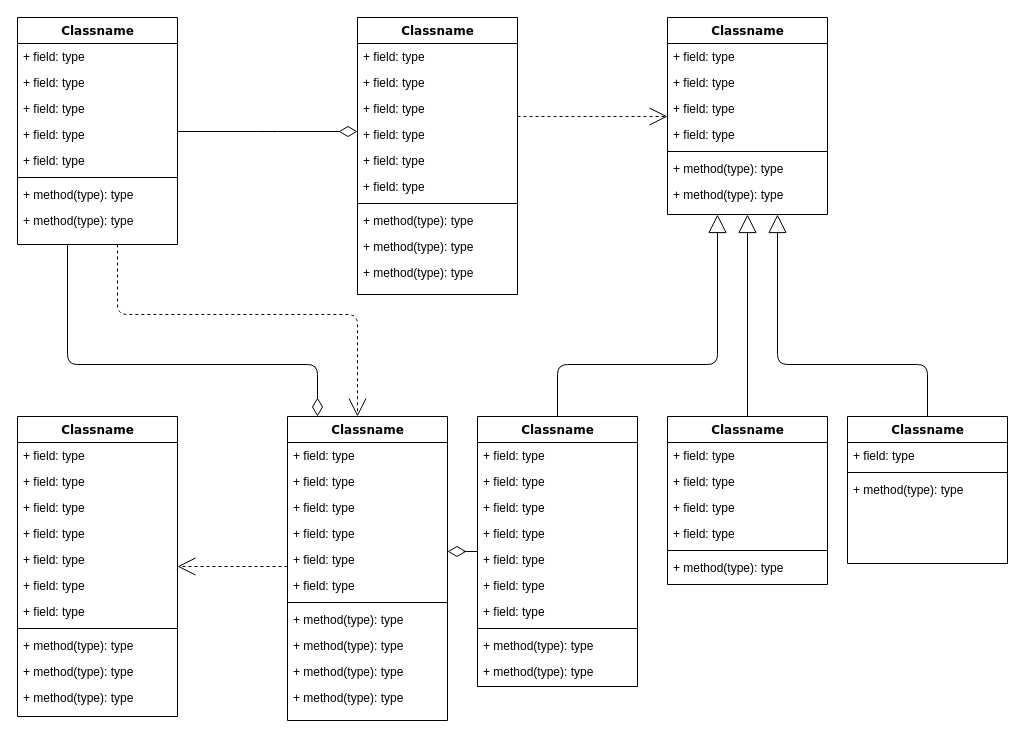
This is Untitled Diagram.drawio from dninov/ang-ngrx, a draw.io file, before an edit. Source tidied: cells renumbered, new cells numbered last; positions are measured from the earlier drawing's top-left corner, leaving out a move shared by most shapes. Both pictures are drawn from the tidied source at 100%, with x=0, y=0 at pixel (17, 17).
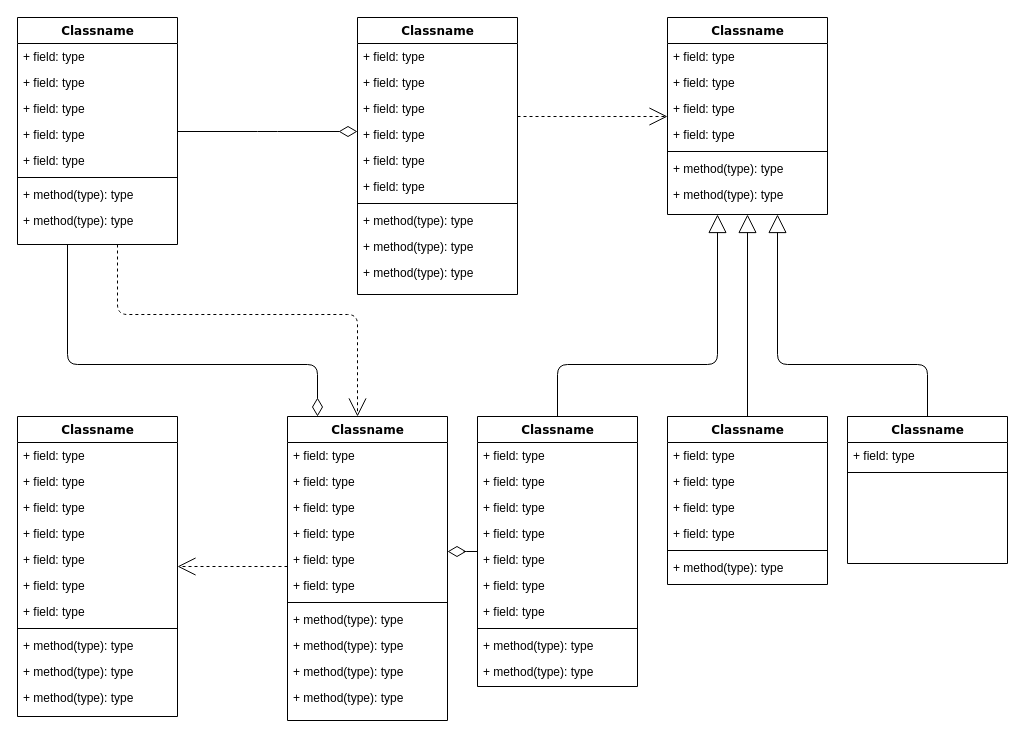
The same diagram, later.

Unchanged cells that the change refers to:
```xml
<mxCell id="80" value="Classname" style="swimlane;html=1;fontStyle=1;align=center;verticalAlign=top;horizontal=1;startSize=26;swimlaneFillColor=#ffffff;rounded=0;shadow=0;comic=0;labelBackgroundColor=none;strokeWidth=1;fillColor=none;fontFamily=Verdana;fontSize=12;" parent="1" vertex="1">
  <mxGeometry x="830" y="399" width="160" height="147" as="geometry" />
</mxCell>
```

Change to the diagram source:
```diff
@@
-    <mxCell id="83" value="+ method(type): type" style="text;html=1;strokeColor=none;fillColor=none;align=left;verticalAlign=top;spacingLeft=4;spacingRight=4;whiteSpace=wrap;overflow=hidden;" parent="80" vertex="1">
-      <mxGeometry y="60" width="160" height="26" as="geometry" />
-    </mxCell>
```
